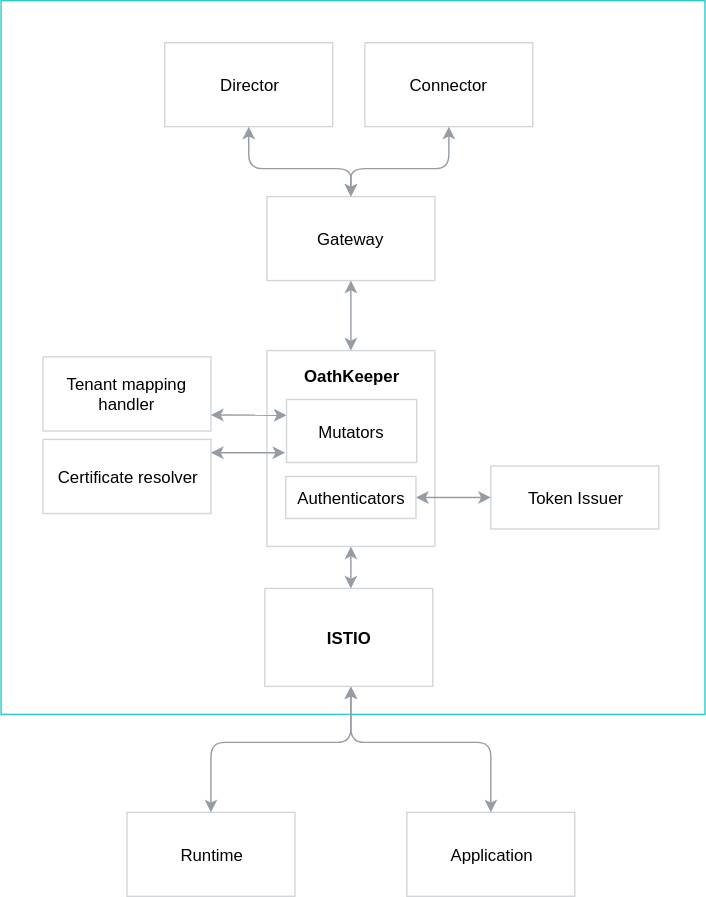
Before: docs/architecture/assets/security-architecture.svg, a diagram exported from draw.io (kyma-incubator/compass). Source tidied: cells renumbered, new cells last; positions are measured from the earlier drawing's top-left corner, leaving out a move shared by most shapes.
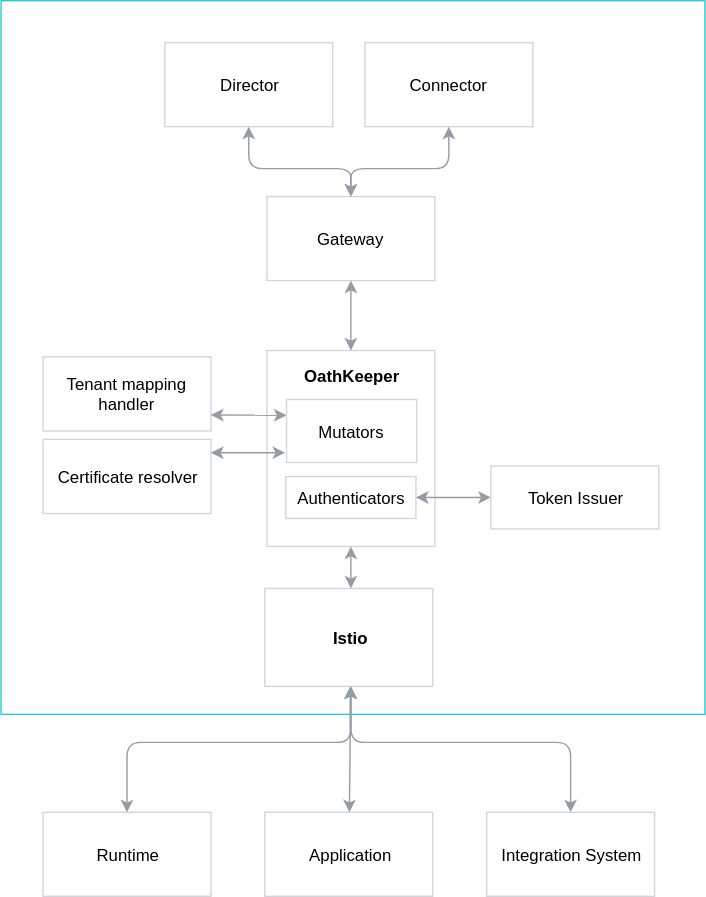
The same file after the commit.

Change to the diagram source:
```diff
@@ -32,10 +32,10 @@
       <mxGeometry relative="1" as="geometry" />
     </mxCell>
     <mxCell id="11" value="Runtime&lt;br&gt;" style="rounded=0;whiteSpace=wrap;html=1;strokeColor=#D2D5D9;" parent="1" vertex="1">
-      <mxGeometry x="90" y="580" width="120" height="60" as="geometry" />
+      <mxGeometry x="30" y="580" width="120" height="60" as="geometry" />
     </mxCell>
     <mxCell id="12" value="Application" style="rounded=0;whiteSpace=wrap;html=1;strokeColor=#D2D5D9;" parent="1" vertex="1">
-      <mxGeometry x="290" y="580" width="120" height="60" as="geometry" />
+      <mxGeometry x="188.5" y="580" width="120" height="60" as="geometry" />
     </mxCell>
     <mxCell id="13" value="OathKeeper" style="text;html=1;fontStyle=1;" parent="1" vertex="1">
       <mxGeometry x="215" y="255" width="70" height="30" as="geometry" />
@@ -46,21 +46,20 @@
     <mxCell id="15" value="Mutators" style="rounded=0;whiteSpace=wrap;html=1;strokeColor=#D2D5D9;" parent="1" vertex="1">
       <mxGeometry x="204" y="285" width="93" height="45" as="geometry" />
     </mxCell>
-    <mxCell id="16" style="endArrow=classic;startArrow=classic;html=1;entryX=0.5;entryY=1;entryDx=0;entryDy=0;strokeColor=#959CA4;" parent="1" edge="1">
+    <mxCell id="16" style="endArrow=classic;startArrow=classic;html=1;entryX=0.5;entryY=1;entryDx=0;entryDy=0;strokeColor=#959CA4;exitX=0.5;exitY=0;exitDx=0;exitDy=0;" parent="1" edge="1" source="11">
       <mxGeometry relative="1" as="geometry">
-        <mxPoint x="150" y="580" as="sourcePoint" />
         <mxPoint x="250" y="490" as="targetPoint" />
         <Array as="points">
-          <mxPoint x="150" y="530" />
+          <mxPoint x="90" y="530" />
           <mxPoint x="250" y="530" />
         </Array>
       </mxGeometry>
     </mxCell>
-    <mxCell id="17" style="endArrow=classic;startArrow=classic;html=1;entryX=0.5;entryY=1;entryDx=0;entryDy=0;strokeColor=#959CA4;exitX=0.5;exitY=0;exitDx=0;exitDy=0;" parent="1" edge="1" source="12">
+    <mxCell id="17" style="endArrow=classic;startArrow=classic;html=1;entryX=0.5;entryY=1;entryDx=0;entryDy=0;strokeColor=#959CA4;exitX=0.5;exitY=0;exitDx=0;exitDy=0;" parent="1" edge="1" source="25">
       <mxGeometry relative="1" as="geometry">
         <mxPoint x="250" y="490" as="targetPoint" />
         <Array as="points">
-          <mxPoint x="350" y="530" />
+          <mxPoint x="407" y="530" />
           <mxPoint x="250" y="530" />
         </Array>
       </mxGeometry>
@@ -84,7 +83,7 @@
         </Array>
       </mxGeometry>
     </mxCell>
-    <mxCell id="21" value="&lt;b&gt;ISTIO&lt;/b&gt;" style="rounded=0;whiteSpace=wrap;html=1;strokeColor=#D2D5D9;" parent="1" vertex="1">
+    <mxCell id="21" value="&lt;b&gt;Istio&lt;/b&gt;" style="rounded=0;whiteSpace=wrap;html=1;strokeColor=#D2D5D9;" parent="1" vertex="1">
       <mxGeometry x="188.5" y="420" width="120" height="70" as="geometry" />
     </mxCell>
     <mxCell id="22" style="endArrow=classic;startArrow=classic;html=1;strokeColor=#959CA4;entryX=0.5;entryY=1;entryDx=0;entryDy=0;" parent="1" edge="1" target="5">
@@ -105,5 +104,16 @@
         <mxPoint x="203" y="323" as="targetPoint" />
       </mxGeometry>
     </mxCell>
+    <mxCell id="25" value="Integration System" style="rounded=0;whiteSpace=wrap;html=1;strokeColor=#D2D5D9;" parent="1" vertex="1">
+      <mxGeometry x="347" y="580" width="120" height="60" as="geometry" />
+    </mxCell>
+    <mxCell id="26" style="endArrow=classic;startArrow=classic;html=1;entryX=0.5;entryY=1;entryDx=0;entryDy=0;strokeColor=#959CA4;" parent="1" edge="1" source="12">
+      <mxGeometry relative="1" as="geometry">
+        <mxPoint x="249.5" y="490" as="targetPoint" />
+        <Array as="points">
+          <mxPoint x="249.5" y="530" />
+        </Array>
+      </mxGeometry>
+    </mxCell>
   </root>
 </mxGraphModel>
```
